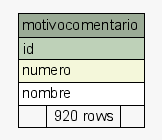
The Graphviz diagram postgresql/schemaSpy/salida/diagrams/summary/motivocomentario.1degree.png in diegopablomansilla/massoftware_front, before a commit. Its source is kept beside it as postgresql/schemaSpy/salida/diagrams/summary/motivocomentario.1degree.dot.
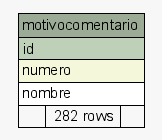
The same diagram one commit later.

Change to the diagram source:
```diff
@@ -22,7 +22,7 @@
       <TR><TD PORT="id" COLSPAN="3" BGCOLOR="#bed1b8" ALIGN="LEFT">id</TD></TR>
       <TR><TD PORT="numero" COLSPAN="3" BGCOLOR="#f4f7da" ALIGN="LEFT">numero</TD></TR>
       <TR><TD PORT="nombre" COLSPAN="3" ALIGN="LEFT">nombre</TD></TR>
-      <TR><TD ALIGN="LEFT" BGCOLOR="#f7f7f7">  </TD><TD ALIGN="RIGHT" BGCOLOR="#f7f7f7">920 rows</TD><TD ALIGN="RIGHT" BGCOLOR="#f7f7f7">  </TD></TR>
+      <TR><TD ALIGN="LEFT" BGCOLOR="#f7f7f7">  </TD><TD ALIGN="RIGHT" BGCOLOR="#f7f7f7">282 rows</TD><TD ALIGN="RIGHT" BGCOLOR="#f7f7f7">  </TD></TR>
     </TABLE>>
     URL="tables/motivocomentario.html"
     tooltip="motivocomentario"
```
